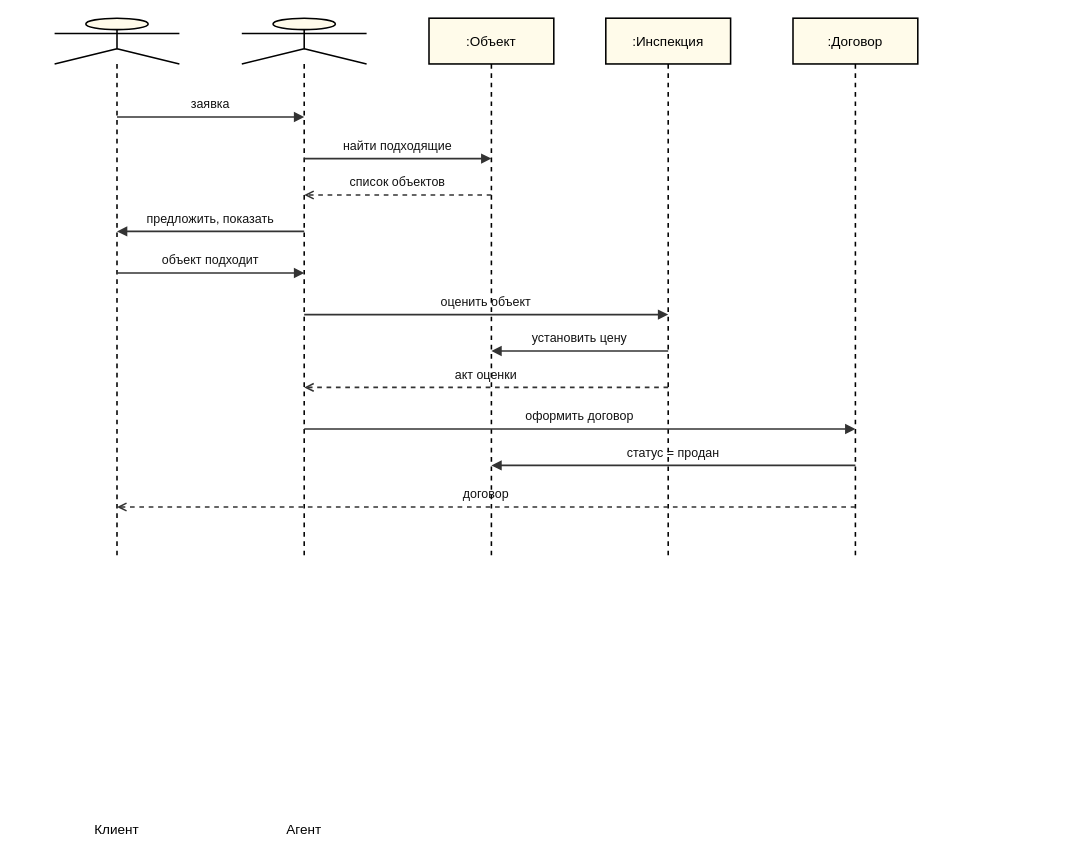
Before: page "Последовательность" (5 of 5) of Агентство_недвижимости/Агентство_недвижимости.drawio in mfostorm/panevina, a draw.io diagram. Source tidied: cells renumbered, new cells numbered last; positions are measured from the earlier drawing's top-left corner, leaving out a move shared by most shapes. Both pictures are drawn from the tidied source at 104%, with x=0, y=0 at pixel (54, 18).
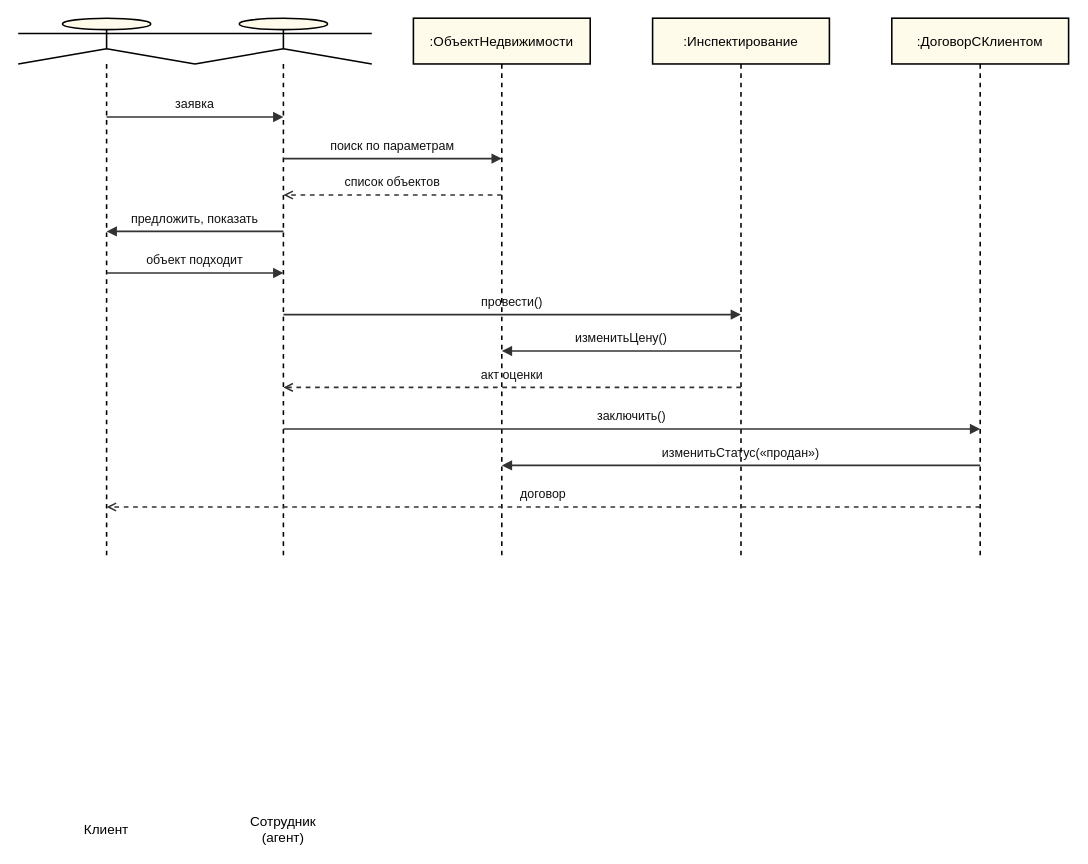
Above is the later version.

Diff of the diagram source:
```diff
@@
     <mxCell id="2" value="Клиент" style="shape=umlLifeline;perimeter=lifelinePerimeter;whiteSpace=wrap;html=1;newEdgeStyle={&quot;edgeStyle&quot;:&quot;elbowEdgeStyle&quot;,&quot;elbow&quot;:&quot;vertical&quot;,&quot;curved&quot;:0,&quot;rounded&quot;:0};size=44;fillColor=#FFFBEA;fontSize=13;fontFamily=Arial;strokeWidth=1.5;participant=umlActor;verticalLabelPosition=bottom;" parent="1" vertex="1">
-      <mxGeometry width="120" height="520" as="geometry" />
+      <mxGeometry x="-35" width="170" height="520" as="geometry" />
     </mxCell>
-    <mxCell id="3" value="Агент" style="shape=umlLifeline;perimeter=lifelinePerimeter;whiteSpace=wrap;html=1;newEdgeStyle={&quot;edgeStyle&quot;:&quot;elbowEdgeStyle&quot;,&quot;elbow&quot;:&quot;vertical&quot;,&quot;curved&quot;:0,&quot;rounded&quot;:0};size=44;fillColor=#FFFBEA;fontSize=13;fontFamily=Arial;strokeWidth=1.5;participant=umlActor;verticalLabelPosition=bottom;" parent="1" vertex="1">
-      <mxGeometry x="180" width="120" height="520" as="geometry" />
+    <mxCell id="3" value="Сотрудник&#10;(агент)" style="shape=umlLifeline;perimeter=lifelinePerimeter;whiteSpace=wrap;html=1;newEdgeStyle={&quot;edgeStyle&quot;:&quot;elbowEdgeStyle&quot;,&quot;elbow&quot;:&quot;vertical&quot;,&quot;curved&quot;:0,&quot;rounded&quot;:0};size=44;fillColor=#FFFBEA;fontSize=13;fontFamily=Arial;strokeWidth=1.5;participant=umlActor;verticalLabelPosition=bottom;" parent="1" vertex="1">
+      <mxGeometry x="135" width="170" height="520" as="geometry" />
     </mxCell>
-    <mxCell id="4" value=":Объект" style="shape=umlLifeline;perimeter=lifelinePerimeter;whiteSpace=wrap;html=1;newEdgeStyle={&quot;edgeStyle&quot;:&quot;elbowEdgeStyle&quot;,&quot;elbow&quot;:&quot;vertical&quot;,&quot;curved&quot;:0,&quot;rounded&quot;:0};size=44;fillColor=#FFFBEA;fontSize=13;fontFamily=Arial;strokeWidth=1.5;" parent="1" vertex="1">
-      <mxGeometry x="360" width="120" height="520" as="geometry" />
+    <mxCell id="4" value=":ОбъектНедвижимости" style="shape=umlLifeline;perimeter=lifelinePerimeter;whiteSpace=wrap;html=1;newEdgeStyle={&quot;edgeStyle&quot;:&quot;elbowEdgeStyle&quot;,&quot;elbow&quot;:&quot;vertical&quot;,&quot;curved&quot;:0,&quot;rounded&quot;:0};size=44;fillColor=#FFFBEA;fontSize=13;fontFamily=Arial;strokeWidth=1.5;" parent="1" vertex="1">
+      <mxGeometry x="345" width="170" height="520" as="geometry" />
     </mxCell>
-    <mxCell id="5" value=":Инспекция" style="shape=umlLifeline;perimeter=lifelinePerimeter;whiteSpace=wrap;html=1;newEdgeStyle={&quot;edgeStyle&quot;:&quot;elbowEdgeStyle&quot;,&quot;elbow&quot;:&quot;vertical&quot;,&quot;curved&quot;:0,&quot;rounded&quot;:0};size=44;fillColor=#FFFBEA;fontSize=13;fontFamily=Arial;strokeWidth=1.5;" parent="1" vertex="1">
-      <mxGeometry x="530" width="120" height="520" as="geometry" />
+    <mxCell id="5" value=":Инспектирование" style="shape=umlLifeline;perimeter=lifelinePerimeter;whiteSpace=wrap;html=1;newEdgeStyle={&quot;edgeStyle&quot;:&quot;elbowEdgeStyle&quot;,&quot;elbow&quot;:&quot;vertical&quot;,&quot;curved&quot;:0,&quot;rounded&quot;:0};size=44;fillColor=#FFFBEA;fontSize=13;fontFamily=Arial;strokeWidth=1.5;" parent="1" vertex="1">
+      <mxGeometry x="575" width="170" height="520" as="geometry" />
     </mxCell>
-    <mxCell id="6" value=":Договор" style="shape=umlLifeline;perimeter=lifelinePerimeter;whiteSpace=wrap;html=1;newEdgeStyle={&quot;edgeStyle&quot;:&quot;elbowEdgeStyle&quot;,&quot;elbow&quot;:&quot;vertical&quot;,&quot;curved&quot;:0,&quot;rounded&quot;:0};size=44;fillColor=#FFFBEA;fontSize=13;fontFamily=Arial;strokeWidth=1.5;" parent="1" vertex="1">
-      <mxGeometry x="710" width="120" height="520" as="geometry" />
+    <mxCell id="6" value=":ДоговорСКлиентом" style="shape=umlLifeline;perimeter=lifelinePerimeter;whiteSpace=wrap;html=1;newEdgeStyle={&quot;edgeStyle&quot;:&quot;elbowEdgeStyle&quot;,&quot;elbow&quot;:&quot;vertical&quot;,&quot;curved&quot;:0,&quot;rounded&quot;:0};size=44;fillColor=#FFFBEA;fontSize=13;fontFamily=Arial;strokeWidth=1.5;" parent="1" vertex="1">
+      <mxGeometry x="805" width="170" height="520" as="geometry" />
     </mxCell>
     <mxCell id="7" style="html=1;rounded=0;edgeStyle=none;endArrow=block;endFill=1;startArrow=none;startFill=0;strokeColor=#333333;strokeWidth=1.5;fontSize=12;fontFamily=Arial;" parent="1" edge="1">
       <mxGeometry relative="1" as="geometry">
-        <mxPoint x="60" y="95" as="sourcePoint" />
-        <mxPoint x="240" y="95" as="targetPoint" />
+        <mxPoint x="50" y="95" as="sourcePoint" />
+        <mxPoint x="220" y="95" as="targetPoint" />
       </mxGeometry>
     </mxCell>
     <mxCell id="8" value="заявка" style="text;html=1;whiteSpace=wrap;align=center;verticalAlign=middle;fontSize=12;fontFamily=Arial;fontColor=#111111;" parent="1" vertex="1">
-      <mxGeometry x="65" y="75" width="170" height="16" as="geometry" />
+      <mxGeometry x="55" y="75" width="160" height="16" as="geometry" />
     </mxCell>
     <mxCell id="9" style="html=1;rounded=0;edgeStyle=none;endArrow=block;endFill=1;startArrow=none;startFill=0;strokeColor=#333333;strokeWidth=1.5;fontSize=12;fontFamily=Arial;" parent="1" edge="1">
       <mxGeometry relative="1" as="geometry">
-        <mxPoint x="240" y="135" as="sourcePoint" />
-        <mxPoint x="420" y="135" as="targetPoint" />
+        <mxPoint x="220" y="135" as="sourcePoint" />
+        <mxPoint x="430" y="135" as="targetPoint" />
       </mxGeometry>
     </mxCell>
-    <mxCell id="10" value="найти подходящие" style="text;html=1;whiteSpace=wrap;align=center;verticalAlign=middle;fontSize=12;fontFamily=Arial;fontColor=#111111;" parent="1" vertex="1">
-      <mxGeometry x="245" y="115" width="170" height="16" as="geometry" />
+    <mxCell id="10" value="поиск по параметрам" style="text;html=1;whiteSpace=wrap;align=center;verticalAlign=middle;fontSize=12;fontFamily=Arial;fontColor=#111111;" parent="1" vertex="1">
+      <mxGeometry x="225" y="115" width="200" height="16" as="geometry" />
     </mxCell>
     <mxCell id="11" style="html=1;rounded=0;edgeStyle=none;endArrow=open;endFill=0;startArrow=none;startFill=0;dashed=1;strokeColor=#333333;strokeWidth=1.5;fontSize=12;fontFamily=Arial;" parent="1" edge="1">
       <mxGeometry relative="1" as="geometry">
-        <mxPoint x="420" y="170" as="sourcePoint" />
-        <mxPoint x="240" y="170" as="targetPoint" />
+        <mxPoint x="430" y="170" as="sourcePoint" />
+        <mxPoint x="220" y="170" as="targetPoint" />
       </mxGeometry>
     </mxCell>
     <mxCell id="12" value="список объектов" style="text;html=1;whiteSpace=wrap;align=center;verticalAlign=middle;fontSize=12;fontFamily=Arial;fontColor=#111111;" parent="1" vertex="1">
-      <mxGeometry x="245" y="150" width="170" height="16" as="geometry" />
+      <mxGeometry x="225" y="150" width="200" height="16" as="geometry" />
     </mxCell>
     <mxCell id="13" style="html=1;rounded=0;edgeStyle=none;endArrow=block;endFill=1;startArrow=none;startFill=0;strokeColor=#333333;strokeWidth=1.5;fontSize=12;fontFamily=Arial;" parent="1" edge="1">
       <mxGeometry relative="1" as="geometry">
-        <mxPoint x="240" y="205" as="sourcePoint" />
-        <mxPoint x="60" y="205" as="targetPoint" />
+        <mxPoint x="220" y="205" as="sourcePoint" />
+        <mxPoint x="50" y="205" as="targetPoint" />
       </mxGeometry>
     </mxCell>
     <mxCell id="14" value="предложить, показать" style="text;html=1;whiteSpace=wrap;align=center;verticalAlign=middle;fontSize=12;fontFamily=Arial;fontColor=#111111;" parent="1" vertex="1">
-      <mxGeometry x="65" y="185" width="170" height="16" as="geometry" />
+      <mxGeometry x="55" y="185" width="160" height="16" as="geometry" />
     </mxCell>
     <mxCell id="15" style="html=1;rounded=0;edgeStyle=none;endArrow=block;endFill=1;startArrow=none;startFill=0;strokeColor=#333333;strokeWidth=1.5;fontSize=12;fontFamily=Arial;" parent="1" edge="1">
       <mxGeometry relative="1" as="geometry">
-        <mxPoint x="60" y="245" as="sourcePoint" />
-        <mxPoint x="240" y="245" as="targetPoint" />
+        <mxPoint x="50" y="245" as="sourcePoint" />
+        <mxPoint x="220" y="245" as="targetPoint" />
       </mxGeometry>
     </mxCell>
     <mxCell id="16" value="объект подходит" style="text;html=1;whiteSpace=wrap;align=center;verticalAlign=middle;fontSize=12;fontFamily=Arial;fontColor=#111111;" parent="1" vertex="1">
-      <mxGeometry x="65" y="225" width="170" height="16" as="geometry" />
+      <mxGeometry x="55" y="225" width="160" height="16" as="geometry" />
     </mxCell>
     <mxCell id="17" style="html=1;rounded=0;edgeStyle=none;endArrow=block;endFill=1;startArrow=none;startFill=0;strokeColor=#333333;strokeWidth=1.5;fontSize=12;fontFamily=Arial;" parent="1" edge="1">
       <mxGeometry relative="1" as="geometry">
-        <mxPoint x="240" y="285" as="sourcePoint" />
-        <mxPoint x="590" y="285" as="targetPoint" />
+        <mxPoint x="220" y="285" as="sourcePoint" />
+        <mxPoint x="660" y="285" as="targetPoint" />
       </mxGeometry>
     </mxCell>
-    <mxCell id="18" value="оценить объект" style="text;html=1;whiteSpace=wrap;align=center;verticalAlign=middle;fontSize=12;fontFamily=Arial;fontColor=#111111;" parent="1" vertex="1">
-      <mxGeometry x="245" y="265" width="340" height="16" as="geometry" />
+    <mxCell id="18" value="провести()" style="text;html=1;whiteSpace=wrap;align=center;verticalAlign=middle;fontSize=12;fontFamily=Arial;fontColor=#111111;" parent="1" vertex="1">
+      <mxGeometry x="225" y="265" width="430" height="16" as="geometry" />
     </mxCell>
     <mxCell id="19" style="html=1;rounded=0;edgeStyle=none;endArrow=block;endFill=1;startArrow=none;startFill=0;strokeColor=#333333;strokeWidth=1.5;fontSize=12;fontFamily=Arial;" parent="1" edge="1">
       <mxGeometry relative="1" as="geometry">
-        <mxPoint x="590" y="320" as="sourcePoint" />
-        <mxPoint x="420" y="320" as="targetPoint" />
+        <mxPoint x="660" y="320" as="sourcePoint" />
+        <mxPoint x="430" y="320" as="targetPoint" />
       </mxGeometry>
     </mxCell>
-    <mxCell id="20" value="установить цену" style="text;html=1;whiteSpace=wrap;align=center;verticalAlign=middle;fontSize=12;fontFamily=Arial;fontColor=#111111;" parent="1" vertex="1">
-      <mxGeometry x="425" y="300" width="160" height="16" as="geometry" />
+    <mxCell id="20" value="изменитьЦену()" style="text;html=1;whiteSpace=wrap;align=center;verticalAlign=middle;fontSize=12;fontFamily=Arial;fontColor=#111111;" parent="1" vertex="1">
+      <mxGeometry x="435" y="300" width="220" height="16" as="geometry" />
     </mxCell>
     <mxCell id="21" style="html=1;rounded=0;edgeStyle=none;endArrow=open;endFill=0;startArrow=none;startFill=0;dashed=1;strokeColor=#333333;strokeWidth=1.5;fontSize=12;fontFamily=Arial;" parent="1" edge="1">
       <mxGeometry relative="1" as="geometry">
-        <mxPoint x="590" y="355" as="sourcePoint" />
-        <mxPoint x="240" y="355" as="targetPoint" />
+        <mxPoint x="660" y="355" as="sourcePoint" />
+        <mxPoint x="220" y="355" as="targetPoint" />
       </mxGeometry>
     </mxCell>
     <mxCell id="22" value="акт оценки" style="text;html=1;whiteSpace=wrap;align=center;verticalAlign=middle;fontSize=12;fontFamily=Arial;fontColor=#111111;" parent="1" vertex="1">
-      <mxGeometry x="245" y="335" width="340" height="16" as="geometry" />
+      <mxGeometry x="225" y="335" width="430" height="16" as="geometry" />
     </mxCell>
     <mxCell id="23" style="html=1;rounded=0;edgeStyle=none;endArrow=block;endFill=1;startArrow=none;startFill=0;strokeColor=#333333;strokeWidth=1.5;fontSize=12;fontFamily=Arial;" parent="1" edge="1">
       <mxGeometry relative="1" as="geometry">
-        <mxPoint x="240" y="395" as="sourcePoint" />
-        <mxPoint x="770" y="395" as="targetPoint" />
+        <mxPoint x="220" y="395" as="sourcePoint" />
+        <mxPoint x="890" y="395" as="targetPoint" />
       </mxGeometry>
     </mxCell>
-    <mxCell id="24" value="оформить договор" style="text;html=1;whiteSpace=wrap;align=center;verticalAlign=middle;fontSize=12;fontFamily=Arial;fontColor=#111111;" parent="1" vertex="1">
-      <mxGeometry x="245" y="375" width="520" height="16" as="geometry" />
+    <mxCell id="24" value="заключить()" style="text;html=1;whiteSpace=wrap;align=center;verticalAlign=middle;fontSize=12;fontFamily=Arial;fontColor=#111111;" parent="1" vertex="1">
+      <mxGeometry x="225" y="375" width="660" height="16" as="geometry" />
     </mxCell>
     <mxCell id="25" style="html=1;rounded=0;edgeStyle=none;endArrow=block;endFill=1;startArrow=none;startFill=0;strokeColor=#333333;strokeWidth=1.5;fontSize=12;fontFamily=Arial;" parent="1" edge="1">
       <mxGeometry relative="1" as="geometry">
-        <mxPoint x="770" y="430" as="sourcePoint" />
-        <mxPoint x="420" y="430" as="targetPoint" />
+        <mxPoint x="890" y="430" as="sourcePoint" />
+        <mxPoint x="430" y="430" as="targetPoint" />
       </mxGeometry>
     </mxCell>
-    <mxCell id="26" value="статус = продан" style="text;html=1;whiteSpace=wrap;align=center;verticalAlign=middle;fontSize=12;fontFamily=Arial;fontColor=#111111;" parent="1" vertex="1">
-      <mxGeometry x="425" y="410" width="340" height="16" as="geometry" />
+    <mxCell id="26" value="изменитьСтатус(«продан»)" style="text;html=1;whiteSpace=wrap;align=center;verticalAlign=middle;fontSize=12;fontFamily=Arial;fontColor=#111111;" parent="1" vertex="1">
+      <mxGeometry x="435" y="410" width="450" height="16" as="geometry" />
     </mxCell>
     <mxCell id="27" style="html=1;rounded=0;edgeStyle=none;endArrow=open;endFill=0;startArrow=none;startFill=0;dashed=1;strokeColor=#333333;strokeWidth=1.5;fontSize=12;fontFamily=Arial;" parent="1" edge="1">
       <mxGeometry relative="1" as="geometry">
-        <mxPoint x="770" y="470" as="sourcePoint" />
-        <mxPoint x="60" y="470" as="targetPoint" />
+        <mxPoint x="890" y="470" as="sourcePoint" />
+        <mxPoint x="50" y="470" as="targetPoint" />
       </mxGeometry>
     </mxCell>
     <mxCell id="28" value="договор" style="text;html=1;whiteSpace=wrap;align=center;verticalAlign=middle;fontSize=12;fontFamily=Arial;fontColor=#111111;" parent="1" vertex="1">
-      <mxGeometry x="65" y="450" width="700" height="16" as="geometry" />
+      <mxGeometry x="55" y="450" width="830" height="16" as="geometry" />
     </mxCell>
```
